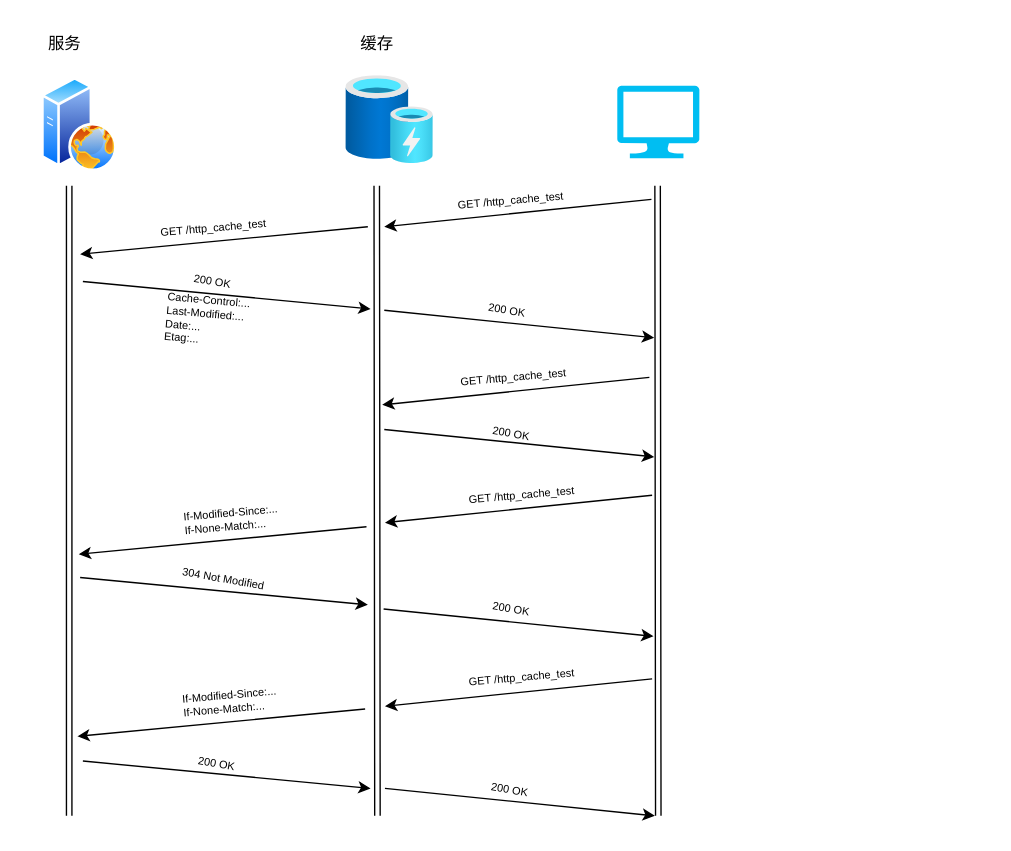
Above: drawio/http_cache_time.drawio in happinessandlove/Pic (draw.io), before the change. Source tidied: cells renumbered, new cells numbered last; positions are measured from the earlier drawing's top-left corner, leaving out a move shared by most shapes. Both pictures are drawn from the tidied source at 137%, with x=0, y=0 at pixel (23, 23).
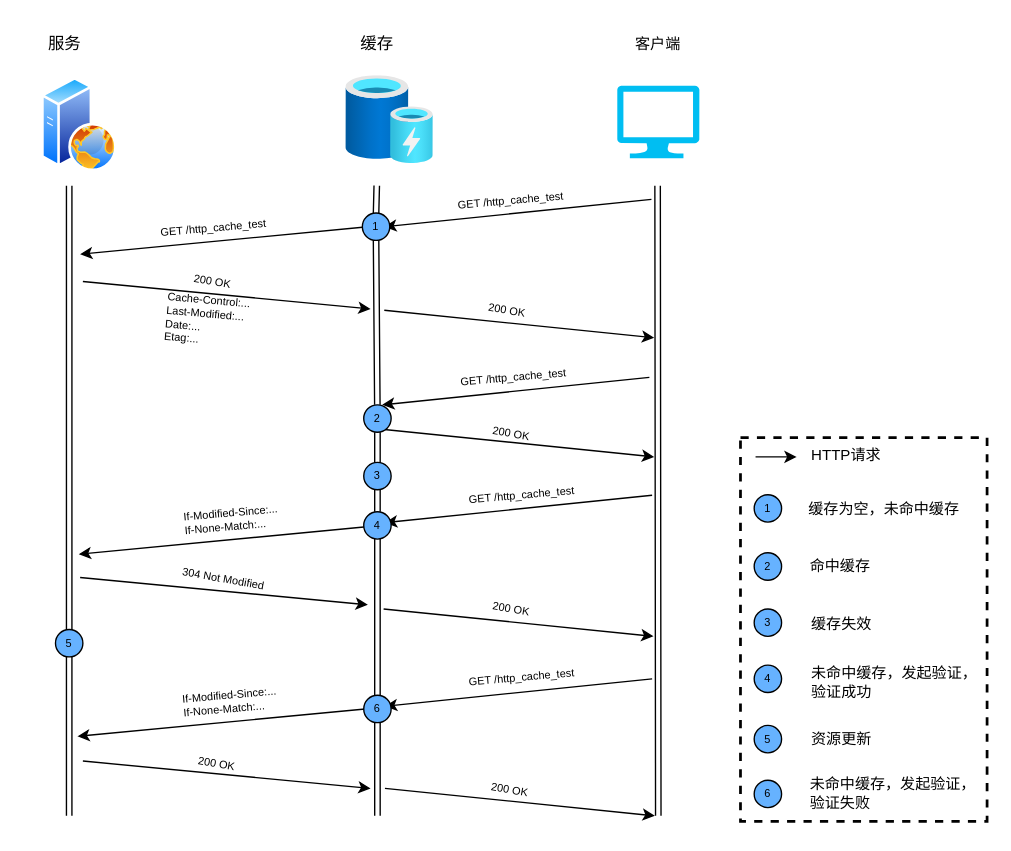
Above is the later version.

The edit, as a diff of the source:
```diff
@@
+    <mxCell id="39" style="shape=link;html=1;rounded=0;startArrow=none;endArrow=none;" parent="1" edge="1" source="43" target="47">
+      <mxGeometry relative="1" as="geometry" />
+    </mxCell>
@@
-    <mxCell id="8" style="shape=link;html=1;rounded=0;" parent="1" edge="1">
+    <mxCell id="8" style="shape=link;html=1;rounded=0;startArrow=none;" parent="1" edge="1" source="47">
       <mxGeometry relative="1" as="geometry">
-        <mxPoint x="257.5" y="118" as="sourcePoint" />
         <mxPoint x="258" y="578" as="targetPoint" />
       </mxGeometry>
     </mxCell>
@@
+    <mxCell id="40" value="1" style="ellipse;whiteSpace=wrap;html=1;fontSize=8;fillColor=#66B2FF;" parent="1" vertex="1">
+      <mxGeometry x="533" y="343.6" width="20" height="20" as="geometry" />
+    </mxCell>
+    <mxCell id="41" value="1" style="ellipse;whiteSpace=wrap;html=1;fontSize=8;fillColor=#66B2FF;" parent="1" vertex="1">
+      <mxGeometry x="247" y="138" width="20" height="20" as="geometry" />
+    </mxCell>
+    <mxCell id="42" style="shape=link;html=1;rounded=0;endArrow=none;" parent="1" edge="1" target="41">
+      <mxGeometry relative="1" as="geometry">
+        <mxPoint x="257.5" y="118" as="sourcePoint" />
+      </mxGeometry>
+    </mxCell>
+    <mxCell id="43" value="2" style="ellipse;whiteSpace=wrap;html=1;fontSize=8;fillColor=#66B2FF;" parent="1" vertex="1">
+      <mxGeometry x="248" y="278" width="20" height="20" as="geometry" />
+    </mxCell>
+    <mxCell id="44" style="shape=link;html=1;rounded=0;startArrow=none;endArrow=none;" parent="1" edge="1" source="41" target="43">
+      <mxGeometry relative="1" as="geometry" />
+    </mxCell>
+    <mxCell id="45" value="3" style="ellipse;whiteSpace=wrap;html=1;fontSize=8;fillColor=#66B2FF;" parent="1" vertex="1">
+      <mxGeometry x="248" y="320" width="20" height="20" as="geometry" />
+    </mxCell>
+    <mxCell id="46" value="&lt;font style=&quot;font-size: 11px;&quot;&gt;客户端&lt;/font&gt;" style="text;html=1;strokeColor=none;fillColor=none;align=center;verticalAlign=middle;whiteSpace=wrap;rounded=0;fontSize=8;" parent="1" vertex="1">
+      <mxGeometry x="433" width="60" height="30" as="geometry" />
+    </mxCell>
+    <mxCell id="47" value="4" style="ellipse;whiteSpace=wrap;html=1;fontSize=8;fillColor=#66B2FF;" parent="1" vertex="1">
+      <mxGeometry x="248" y="356" width="20" height="20" as="geometry" />
+    </mxCell>
+    <mxCell id="48" value="5" style="ellipse;whiteSpace=wrap;html=1;fontSize=8;fillColor=#66B2FF;" parent="1" vertex="1">
+      <mxGeometry x="23" y="442" width="20" height="20" as="geometry" />
+    </mxCell>
+    <mxCell id="49" value="6" style="ellipse;whiteSpace=wrap;html=1;fontSize=8;fillColor=#66B2FF;" parent="1" vertex="1">
+      <mxGeometry x="248" y="490" width="20" height="20" as="geometry" />
+    </mxCell>
+    <mxCell id="50" value="缓存为空，未命中缓存" style="text;html=1;strokeColor=none;fillColor=none;align=center;verticalAlign=middle;whiteSpace=wrap;rounded=0;fontSize=11;" parent="1" vertex="1">
+      <mxGeometry x="563" y="338.6" width="130" height="30" as="geometry" />
+    </mxCell>
+    <mxCell id="51" value="2" style="ellipse;whiteSpace=wrap;html=1;fontSize=8;fillColor=#66B2FF;" parent="1" vertex="1">
+      <mxGeometry x="533" y="386" width="20" height="20" as="geometry" />
+    </mxCell>
+    <mxCell id="52" value="命中缓存" style="text;html=1;strokeColor=none;fillColor=none;align=left;verticalAlign=middle;whiteSpace=wrap;rounded=0;fontSize=11;" parent="1" vertex="1">
+      <mxGeometry x="572" y="381" width="130" height="30" as="geometry" />
+    </mxCell>
+    <mxCell id="53" value="3" style="ellipse;whiteSpace=wrap;html=1;fontSize=8;fillColor=#66B2FF;" parent="1" vertex="1">
+      <mxGeometry x="533" y="427" width="20" height="20" as="geometry" />
+    </mxCell>
+    <mxCell id="54" value="缓存失效" style="text;html=1;strokeColor=none;fillColor=none;align=left;verticalAlign=middle;whiteSpace=wrap;rounded=0;fontSize=11;" parent="1" vertex="1">
+      <mxGeometry x="573" y="423" width="130" height="30" as="geometry" />
+    </mxCell>
+    <mxCell id="55" value="4" style="ellipse;whiteSpace=wrap;html=1;fontSize=8;fillColor=#66B2FF;" parent="1" vertex="1">
+      <mxGeometry x="533" y="468" width="20" height="20" as="geometry" />
+    </mxCell>
+    <mxCell id="56" value="未命中缓存，发起验证，验证成功" style="text;html=1;strokeColor=none;fillColor=none;align=left;verticalAlign=middle;whiteSpace=wrap;rounded=0;fontSize=11;" parent="1" vertex="1">
+      <mxGeometry x="573" y="466" width="130" height="30" as="geometry" />
+    </mxCell>
+    <mxCell id="57" value="5" style="ellipse;whiteSpace=wrap;html=1;fontSize=8;fillColor=#66B2FF;" parent="1" vertex="1">
+      <mxGeometry x="533" y="512" width="20" height="20" as="geometry" />
+    </mxCell>
+    <mxCell id="58" value="资源更新" style="text;html=1;strokeColor=none;fillColor=none;align=left;verticalAlign=middle;whiteSpace=wrap;rounded=0;fontSize=11;" parent="1" vertex="1">
+      <mxGeometry x="573" y="507" width="130" height="30" as="geometry" />
+    </mxCell>
+    <mxCell id="59" value="6" style="ellipse;whiteSpace=wrap;html=1;fontSize=8;fillColor=#66B2FF;" parent="1" vertex="1">
+      <mxGeometry x="533" y="552" width="20" height="20" as="geometry" />
+    </mxCell>
+    <mxCell id="60" value="未命中缓存，发起验证，验证失败" style="text;html=1;strokeColor=none;fillColor=none;align=left;verticalAlign=middle;whiteSpace=wrap;rounded=0;fontSize=11;" parent="1" vertex="1">
+      <mxGeometry x="572" y="547" width="130" height="30" as="geometry" />
+    </mxCell>
+    <mxCell id="61" style="endArrow=classic;html=1;rounded=0;fontSize=11;" parent="1" edge="1">
+      <mxGeometry relative="1" as="geometry">
+        <mxPoint x="534" y="316" as="sourcePoint" />
+        <mxPoint x="564" y="316" as="targetPoint" />
+      </mxGeometry>
+    </mxCell>
+    <mxCell id="62" value="HTTP请求" style="text;html=1;strokeColor=none;fillColor=none;align=left;verticalAlign=middle;whiteSpace=wrap;rounded=0;fontSize=11;" parent="1" vertex="1">
+      <mxGeometry x="573" y="300" width="130" height="30" as="geometry" />
+    </mxCell>
+    <mxCell id="63" style="rounded=0;whiteSpace=wrap;html=1;fontSize=11;fillColor=none;fontColor=default;dashed=1;strokeWidth=2;" parent="1" vertex="1">
+      <mxGeometry x="523" y="302" width="180" height="280" as="geometry" />
+    </mxCell>
```
